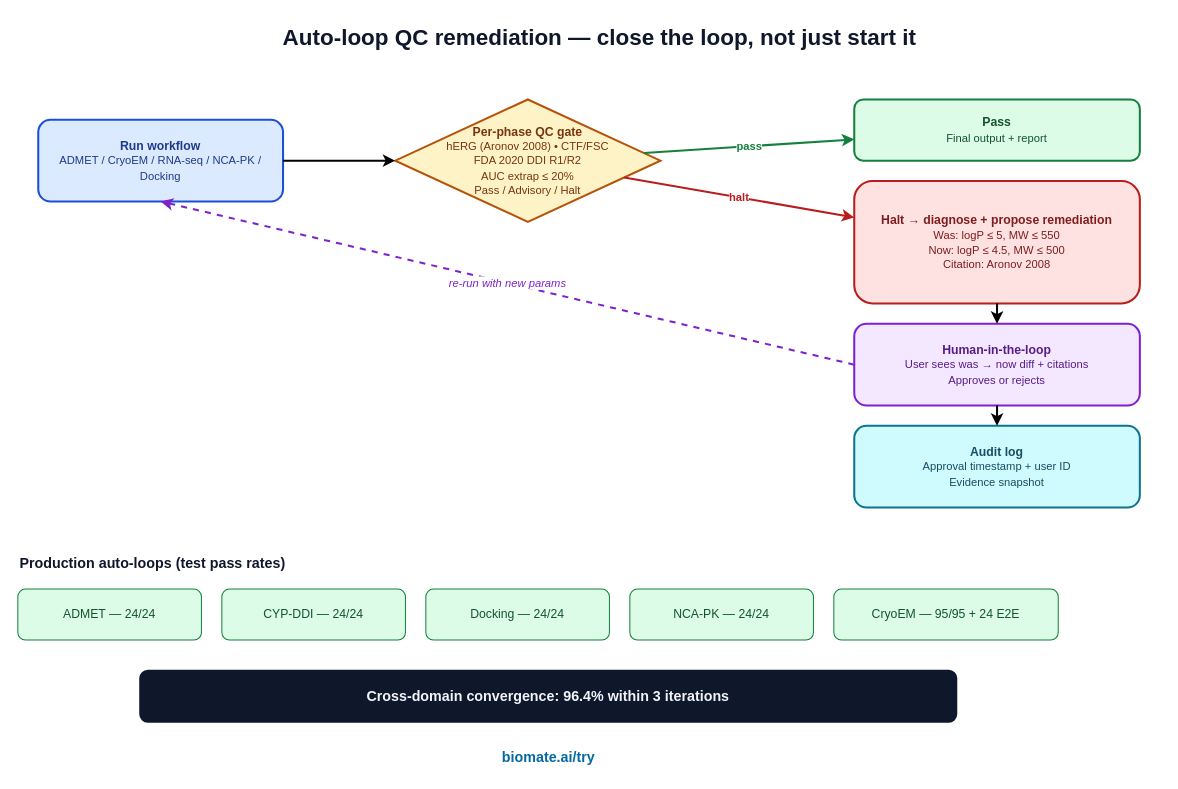
The draw.io diagram business/marketing/blog_posts/figures/post_15_auto_loop.drawio.xml in bioMate-AI/biomate-bioconductor-kb, before the edit. Source tidied: cells renumbered, new cells numbered last; positions are measured from the earlier drawing's top-left corner, leaving out a move shared by most shapes. Both pictures are drawn from the tidied source at 102%, with x=0, y=0 at pixel (17, 17).
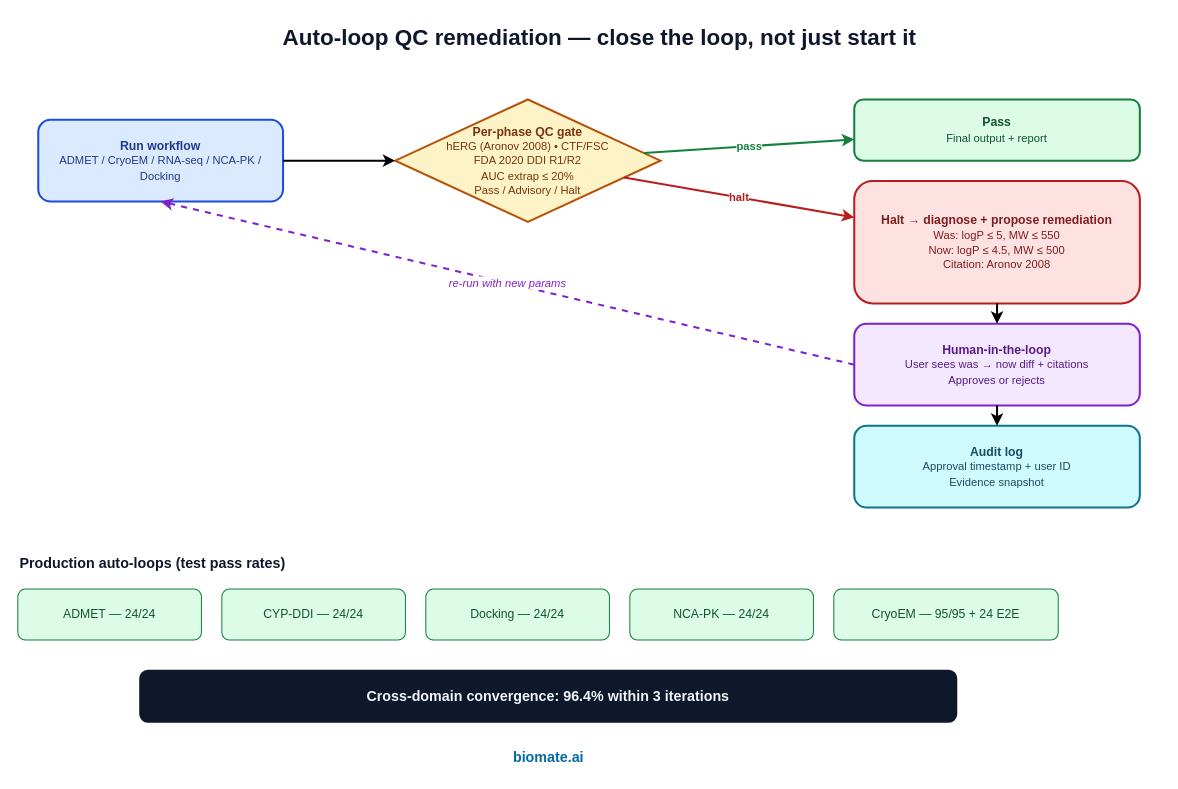
Above is the later version.

The edit, as a diff of the source:
```diff
@@
-    <mxCell id="22" value="biomate.ai/try" style="text;html=1;align=center;fontSize=14;fontStyle=1;fontColor=#0369a1;" parent="1" vertex="1">
+    <mxCell id="22" value="biomate.ai" style="text;html=1;align=center;fontSize=14;fontStyle=1;fontColor=#0369a1;" parent="1" vertex="1">
       <mxGeometry x="420" y="710" width="200" height="30" as="geometry" />
     </mxCell>
```
